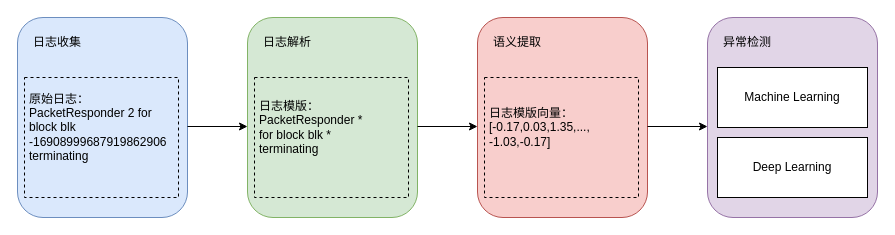
Earlier version of the draw.io diagram 2.1日志异常检测一般流程图.drawio (Gleiphir2769/my-draw). Source tidied: cells renumbered, new cells numbered last; positions are measured from the earlier drawing's top-left corner, leaving out a move shared by most shapes. Both pictures are drawn from the tidied source at 100%, with x=0, y=0 at pixel (17, 17).
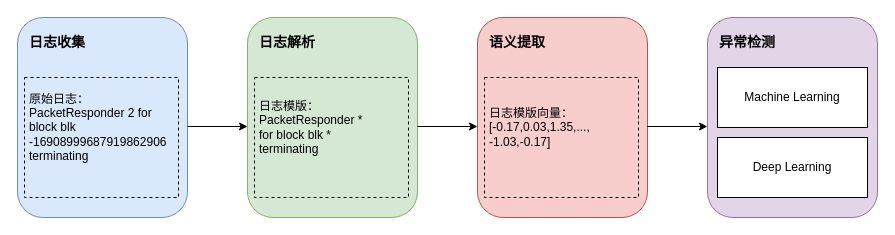
Above is the later version.

Commit message (it also covers changes not shown here):
更新2.1日志异常检测一般流程图.drawio

Diff of the diagram source:
```diff
@@
-    <mxCell id="3" value="日志收集" style="text;html=1;align=center;verticalAlign=middle;whiteSpace=wrap;rounded=0;" parent="1" vertex="1">
+    <mxCell id="3" value="日志收集" style="text;html=1;align=center;verticalAlign=middle;whiteSpace=wrap;rounded=0;fontSize=14;fontStyle=1;" parent="1" vertex="1">
       <mxGeometry x="10" y="10" width="60" height="30" as="geometry" />
     </mxCell>
@@
-    <mxCell id="7" value="日志解析" style="text;html=1;align=center;verticalAlign=middle;whiteSpace=wrap;rounded=0;" parent="1" vertex="1">
+    <mxCell id="7" value="日志解析" style="text;html=1;align=center;verticalAlign=middle;whiteSpace=wrap;rounded=0;fontSize=14;fontStyle=1;" parent="1" vertex="1">
       <mxGeometry x="240" y="10" width="60" height="30" as="geometry" />
     </mxCell>
@@
-    <mxCell id="11" value="语义提取" style="text;html=1;align=center;verticalAlign=middle;whiteSpace=wrap;rounded=0;" parent="1" vertex="1">
+    <mxCell id="11" value="语义提取" style="text;html=1;align=center;verticalAlign=middle;whiteSpace=wrap;rounded=0;fontSize=14;fontStyle=1;" parent="1" vertex="1">
       <mxGeometry x="470" y="10" width="60" height="30" as="geometry" />
     </mxCell>
@@
-    <mxCell id="15" value="异常检测" style="text;html=1;align=center;verticalAlign=middle;whiteSpace=wrap;rounded=0;" parent="1" vertex="1">
+    <mxCell id="15" value="异常检测" style="text;html=1;align=center;verticalAlign=middle;whiteSpace=wrap;rounded=0;fontSize=14;fontStyle=1;" parent="1" vertex="1">
       <mxGeometry x="700" y="10" width="60" height="30" as="geometry" />
     </mxCell>
```
